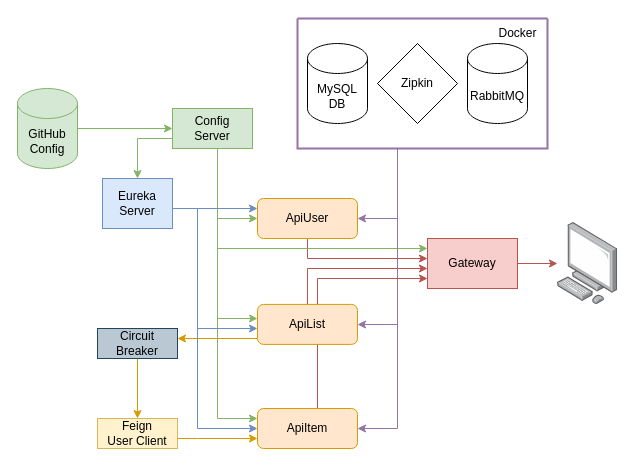
Above: CoinServices.drawio in TomyAlberdi/Coin-Backend (draw.io), before the change. Source tidied: cells renumbered, new cells numbered last; positions are measured from the earlier drawing's top-left corner, leaving out a move shared by most shapes. Both pictures are drawn from the tidied source at 100%, with x=0, y=0 at pixel (17, 18).
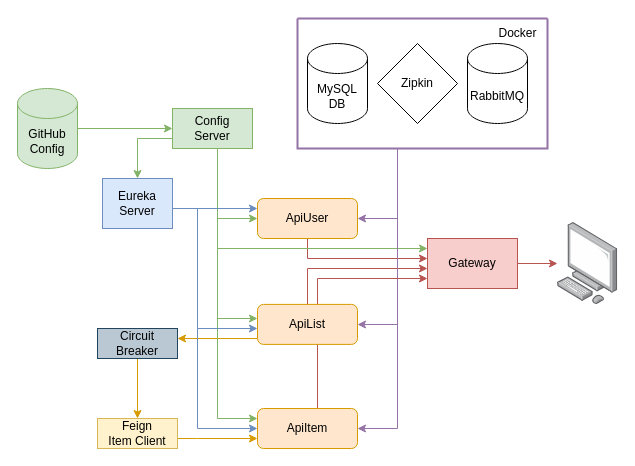
The same page after the edit.

Commit message:
Updated services diagram

Change to the diagram source:
```diff
@@
-    <mxCell id="8" value="&lt;div&gt;Feign&lt;br&gt;&lt;/div&gt;&lt;div&gt;User Client&lt;/div&gt;" style="rounded=0;whiteSpace=wrap;html=1;fillColor=#fff2cc;strokeColor=#d6b656;" parent="1" vertex="1">
+    <mxCell id="8" value="&lt;div&gt;Feign&lt;br&gt;&lt;/div&gt;&lt;div&gt;Item Client&lt;/div&gt;" style="rounded=0;whiteSpace=wrap;html=1;fillColor=#fff2cc;strokeColor=#d6b656;" parent="1" vertex="1">
       <mxGeometry x="80" y="400" width="80" height="30" as="geometry" />
     </mxCell>
```
